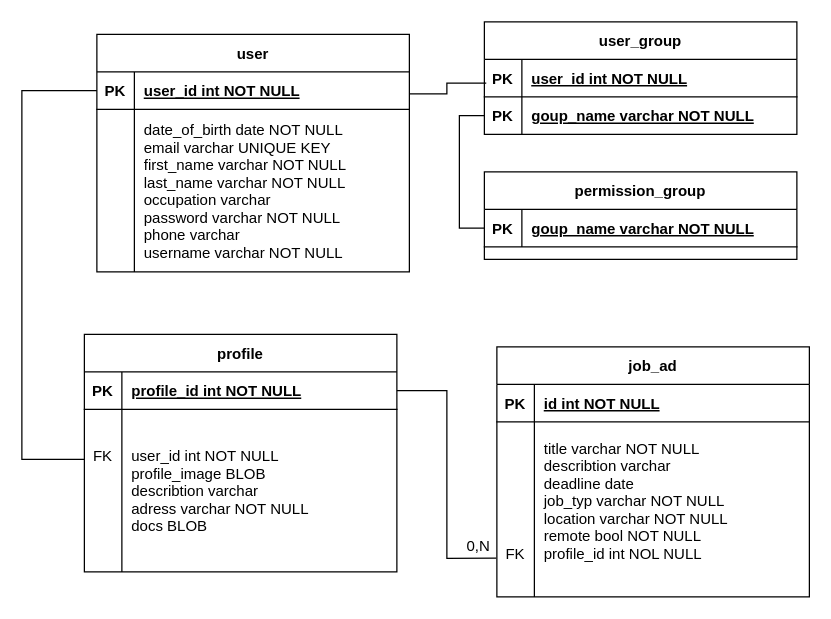
Above: doc/diagram/ERDiagram.drawio in KlaraGolubovic/SE02 (draw.io), before the change. Source tidied: cells renumbered, new cells numbered last; positions are measured from the earlier drawing's top-left corner, leaving out a move shared by most shapes. Both pictures are drawn from the tidied source at 125%, with x=0, y=0 at pixel (21, 21).
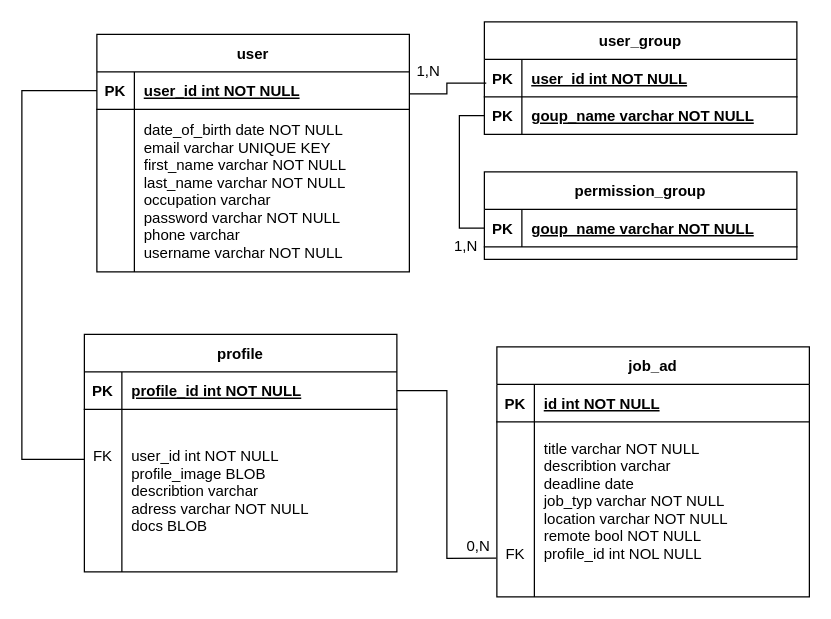
The same diagram, later.

The edit, as a diff of the source:
```diff
@@
+    <mxCell id="39" value="1,N" style="text;html=1;align=center;verticalAlign=middle;strokeColor=none;fillColor=none;" parent="1" vertex="1">
+      <mxGeometry x="340" y="170" width="30" height="20" as="geometry" />
+    </mxCell>
+    <mxCell id="40" value="1,N" style="text;html=1;align=center;verticalAlign=middle;strokeColor=none;fillColor=none;" parent="1" vertex="1">
+      <mxGeometry x="310" y="30" width="30" height="20" as="geometry" />
+    </mxCell>
```
